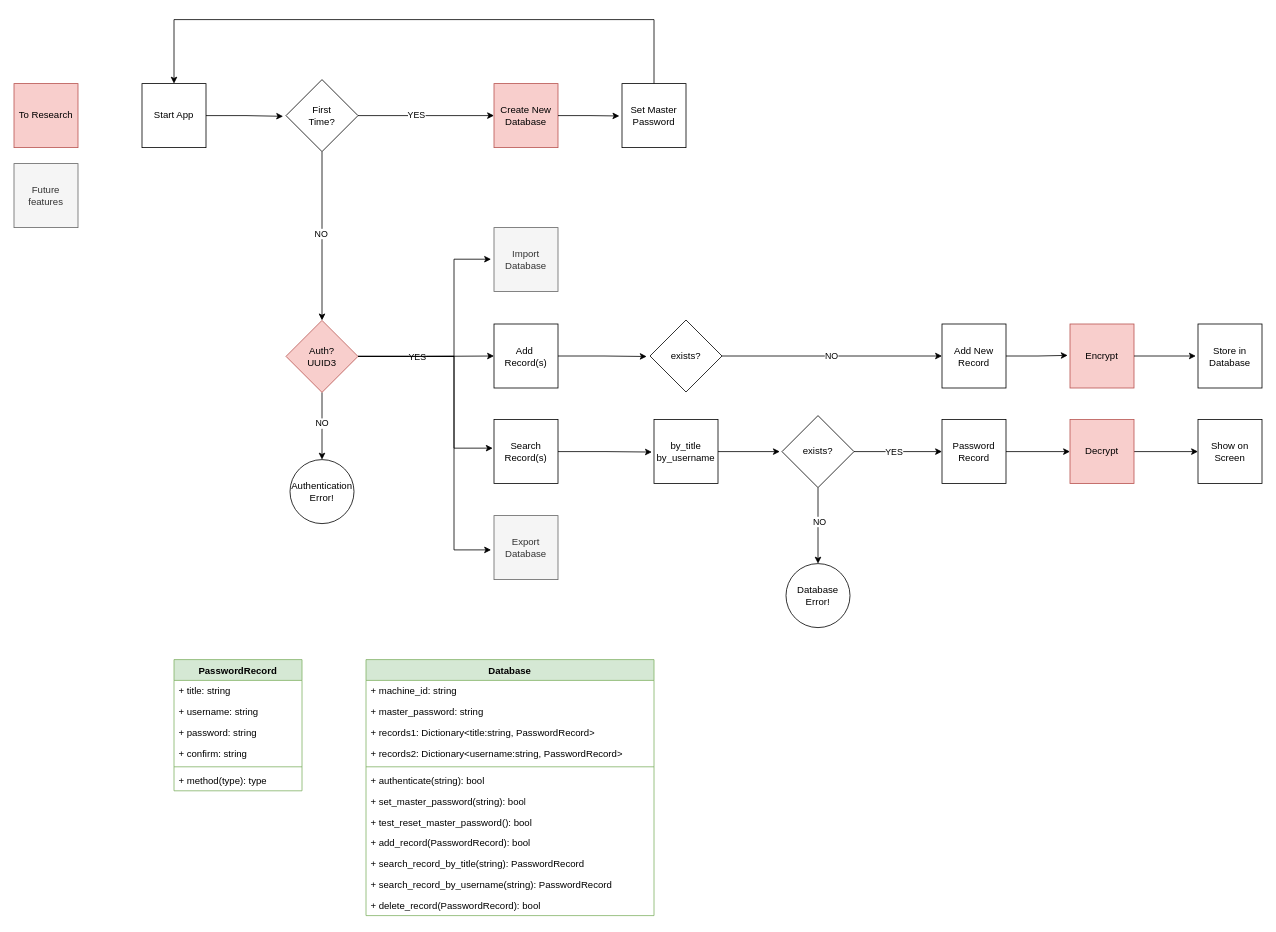
Earlier version of the draw.io diagram flowcharts/passwordManager-flowchart.drawio (lsvishaal/Password_Manager). Source tidied: cells renumbered, new cells numbered last; positions are measured from the earlier drawing's top-left corner, leaving out a move shared by most shapes. Both pictures are drawn from the tidied source at 80%, with x=0, y=0 at pixel (14, 19).
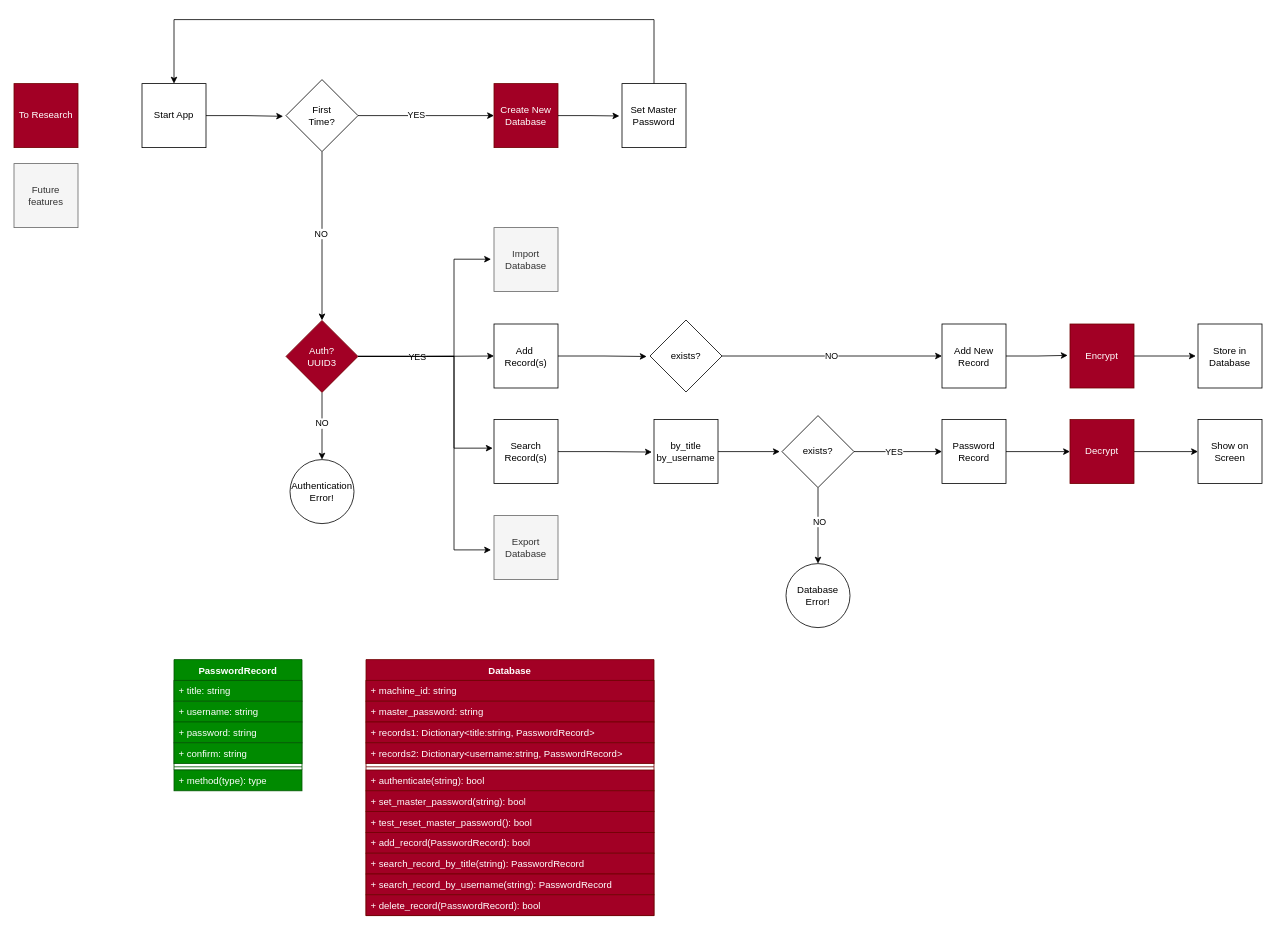
The same page after the edit.

Commit message (it also covers changes not shown here):
Add PasswordRecord and PasswordManager classes to manage password records

What changed in the source:
```diff
@@
-    <mxCell id="8" value="Create New&lt;br&gt;Database" style="whiteSpace=wrap;html=1;fillColor=#f8cecc;strokeColor=#b85450;" parent="1" vertex="1">
+    <mxCell id="8" value="Create New&lt;br&gt;Database" style="whiteSpace=wrap;html=1;fillColor=#a20025;strokeColor=#6F0000;fontColor=#ffffff;" parent="1" vertex="1">
       <mxGeometry x="600" y="80" width="80" height="80" as="geometry" />
     </mxCell>
@@
-    <mxCell id="18" value="Auth?&lt;br&gt;UUID3" style="rhombus;whiteSpace=wrap;html=1;fillColor=#f8cecc;strokeColor=#b85450;" parent="1" vertex="1">
+    <mxCell id="18" value="Auth?&lt;br&gt;UUID3" style="rhombus;whiteSpace=wrap;html=1;fillColor=#a20025;strokeColor=#6F0000;fontColor=#ffffff;" parent="1" vertex="1">
       <mxGeometry x="340" y="376" width="90" height="90" as="geometry" />
     </mxCell>
@@
-    <mxCell id="26" value="PasswordRecord" style="swimlane;fontStyle=1;align=center;verticalAlign=top;horizontal=1;startSize=26;whiteSpace=wrap;html=1;fillColor=#d5e8d4;strokeColor=#82b366;" parent="1" vertex="1">
-      <mxGeometry x="200" y="800" width="160" height="164" as="geometry" />
+    <mxCell id="26" value="PasswordRecord" style="swimlane;fontStyle=1;align=center;verticalAlign=top;horizontal=1;startSize=26;whiteSpace=wrap;html=1;fillColor=#008a00;fontColor=#ffffff;strokeColor=#005700;" parent="1" vertex="1">
+      <mxGeometry x="200" y="800" width="160" height="138" as="geometry" />
     </mxCell>
-    <mxCell id="27" value="+ title: string" style="text;strokeColor=none;fillColor=none;align=left;verticalAlign=top;spacingLeft=4;spacingRight=4;overflow=hidden;whiteSpace=wrap;html=1;" parent="26" vertex="1">
+    <mxCell id="27" value="+ title: string" style="text;align=left;verticalAlign=top;spacingLeft=4;spacingRight=4;overflow=hidden;whiteSpace=wrap;html=1;fillColor=#008a00;fontColor=#ffffff;strokeColor=#005700;" parent="26" vertex="1">
       <mxGeometry y="26" width="160" height="26" as="geometry" />
     </mxCell>
-    <mxCell id="28" value="+ username: string" style="text;strokeColor=none;fillColor=none;align=left;verticalAlign=top;spacingLeft=4;spacingRight=4;overflow=hidden;whiteSpace=wrap;html=1;" parent="26" vertex="1">
+    <mxCell id="28" value="+ username: string" style="text;align=left;verticalAlign=top;spacingLeft=4;spacingRight=4;overflow=hidden;whiteSpace=wrap;html=1;fillColor=#008a00;fontColor=#ffffff;strokeColor=#005700;" parent="26" vertex="1">
       <mxGeometry y="52" width="160" height="26" as="geometry" />
     </mxCell>
-    <mxCell id="29" value="+ password: string" style="text;strokeColor=none;fillColor=none;align=left;verticalAlign=top;spacingLeft=4;spacingRight=4;overflow=hidden;whiteSpace=wrap;html=1;" parent="26" vertex="1">
+    <mxCell id="29" value="+ password: string" style="text;align=left;verticalAlign=top;spacingLeft=4;spacingRight=4;overflow=hidden;whiteSpace=wrap;html=1;fillColor=#008a00;fontColor=#ffffff;strokeColor=#005700;" parent="26" vertex="1">
       <mxGeometry y="78" width="160" height="26" as="geometry" />
     </mxCell>
-    <mxCell id="30" value="+ confirm: string" style="text;strokeColor=none;fillColor=none;align=left;verticalAlign=top;spacingLeft=4;spacingRight=4;overflow=hidden;whiteSpace=wrap;html=1;" parent="26" vertex="1">
+    <mxCell id="30" value="+ confirm: string" style="text;align=left;verticalAlign=top;spacingLeft=4;spacingRight=4;overflow=hidden;whiteSpace=wrap;html=1;fillColor=#008a00;fontColor=#ffffff;strokeColor=#005700;" parent="26" vertex="1">
       <mxGeometry y="104" width="160" height="26" as="geometry" />
     </mxCell>
-    <mxCell id="31" style="line;strokeWidth=1;fillColor=none;align=left;verticalAlign=middle;spacingTop=-1;spacingLeft=3;spacingRight=3;labelPosition=right;strokeColor=inherit;" parent="26" vertex="1">
+    <mxCell id="31" style="line;strokeWidth=1;align=left;verticalAlign=middle;spacingTop=-1;spacingLeft=3;spacingRight=3;labelPosition=right;fillColor=#008a00;fontColor=#ffffff;strokeColor=#005700;" parent="26" vertex="1">
       <mxGeometry y="130" width="160" height="8" as="geometry" />
     </mxCell>
-    <mxCell id="32" value="+ method(type): type" style="text;strokeColor=none;fillColor=none;align=left;verticalAlign=top;spacingLeft=4;spacingRight=4;overflow=hidden;whiteSpace=wrap;html=1;" parent="26" vertex="1">
-      <mxGeometry y="138" width="160" height="26" as="geometry" />
-    </mxCell>
-    <mxCell id="33" value="Database" style="swimlane;fontStyle=1;align=center;verticalAlign=top;horizontal=1;startSize=26;whiteSpace=wrap;html=1;fillColor=#d5e8d4;strokeColor=#82b366;" parent="1" vertex="1">
+    <mxCell id="33" value="Database" style="swimlane;fontStyle=1;align=center;verticalAlign=top;horizontal=1;startSize=26;whiteSpace=wrap;html=1;fillColor=#a20025;strokeColor=#6F0000;fontColor=#ffffff;" parent="1" vertex="1">
       <mxGeometry x="440" y="800" width="360" height="320" as="geometry" />
     </mxCell>
-    <mxCell id="34" value="+ machine_id: string" style="text;strokeColor=none;fillColor=none;align=left;verticalAlign=top;spacingLeft=4;spacingRight=4;overflow=hidden;whiteSpace=wrap;html=1;" parent="33" vertex="1">
+    <mxCell id="34" value="+ machine_id: string" style="text;strokeColor=#6F0000;fillColor=#a20025;align=left;verticalAlign=top;spacingLeft=4;spacingRight=4;overflow=hidden;whiteSpace=wrap;html=1;fontColor=#ffffff;" parent="33" vertex="1">
       <mxGeometry y="26" width="360" height="26" as="geometry" />
     </mxCell>
-    <mxCell id="35" value="+ master_password: string" style="text;strokeColor=none;fillColor=none;align=left;verticalAlign=top;spacingLeft=4;spacingRight=4;overflow=hidden;whiteSpace=wrap;html=1;" parent="33" vertex="1">
+    <mxCell id="35" value="+ master_password: string" style="text;strokeColor=#6F0000;fillColor=#a20025;align=left;verticalAlign=top;spacingLeft=4;spacingRight=4;overflow=hidden;whiteSpace=wrap;html=1;fontColor=#ffffff;" parent="33" vertex="1">
       <mxGeometry y="52" width="360" height="26" as="geometry" />
     </mxCell>
-    <mxCell id="36" value="+ records1: Dictionary&amp;lt;title:string, PasswordRecord&amp;gt;" style="text;strokeColor=none;fillColor=none;align=left;verticalAlign=top;spacingLeft=4;spacingRight=4;overflow=hidden;whiteSpace=wrap;html=1;" parent="33" vertex="1">
+    <mxCell id="36" value="+ records1: Dictionary&amp;lt;title:string, PasswordRecord&amp;gt;" style="text;strokeColor=#6F0000;fillColor=#a20025;align=left;verticalAlign=top;spacingLeft=4;spacingRight=4;overflow=hidden;whiteSpace=wrap;html=1;fontColor=#ffffff;" parent="33" vertex="1">
       <mxGeometry y="78" width="360" height="26" as="geometry" />
     </mxCell>
-    <mxCell id="37" value="+ records2: Dictionary&amp;lt;username:string, PasswordRecord&amp;gt;" style="text;strokeColor=none;fillColor=none;align=left;verticalAlign=top;spacingLeft=4;spacingRight=4;overflow=hidden;whiteSpace=wrap;html=1;" parent="33" vertex="1">
+    <mxCell id="37" value="+ records2: Dictionary&amp;lt;username:string, PasswordRecord&amp;gt;" style="text;strokeColor=#6F0000;fillColor=#a20025;align=left;verticalAlign=top;spacingLeft=4;spacingRight=4;overflow=hidden;whiteSpace=wrap;html=1;fontColor=#ffffff;" parent="33" vertex="1">
       <mxGeometry y="104" width="360" height="26" as="geometry" />
     </mxCell>
-    <mxCell id="38" style="line;strokeWidth=1;fillColor=none;align=left;verticalAlign=middle;spacingTop=-1;spacingLeft=3;spacingRight=3;labelPosition=right;strokeColor=inherit;" parent="33" vertex="1">
+    <mxCell id="38" style="line;strokeWidth=1;fillColor=#a20025;align=left;verticalAlign=middle;spacingTop=-1;spacingLeft=3;spacingRight=3;labelPosition=right;strokeColor=#6F0000;fontColor=#ffffff;" parent="33" vertex="1">
       <mxGeometry y="130" width="360" height="8" as="geometry" />
     </mxCell>
-    <mxCell id="39" value="+ authenticate(string): bool" style="text;strokeColor=none;fillColor=none;align=left;verticalAlign=top;spacingLeft=4;spacingRight=4;overflow=hidden;whiteSpace=wrap;html=1;" parent="33" vertex="1">
+    <mxCell id="39" value="+ authenticate(string): bool" style="text;strokeColor=#6F0000;fillColor=#a20025;align=left;verticalAlign=top;spacingLeft=4;spacingRight=4;overflow=hidden;whiteSpace=wrap;html=1;fontColor=#ffffff;" parent="33" vertex="1">
       <mxGeometry y="138" width="360" height="26" as="geometry" />
     </mxCell>
-    <mxCell id="40" value="+ set_master_password(string): bool" style="text;strokeColor=none;fillColor=none;align=left;verticalAlign=top;spacingLeft=4;spacingRight=4;overflow=hidden;whiteSpace=wrap;html=1;" parent="33" vertex="1">
+    <mxCell id="40" value="+ set_master_password(string): bool" style="text;strokeColor=#6F0000;fillColor=#a20025;align=left;verticalAlign=top;spacingLeft=4;spacingRight=4;overflow=hidden;whiteSpace=wrap;html=1;fontColor=#ffffff;" parent="33" vertex="1">
       <mxGeometry y="164" width="360" height="26" as="geometry" />
     </mxCell>
-    <mxCell id="41" value="+ test_reset_master_password(): bool" style="text;strokeColor=none;fillColor=none;align=left;verticalAlign=top;spacingLeft=4;spacingRight=4;overflow=hidden;whiteSpace=wrap;html=1;" parent="33" vertex="1">
+    <mxCell id="41" value="+ test_reset_master_password(): bool" style="text;strokeColor=#6F0000;fillColor=#a20025;align=left;verticalAlign=top;spacingLeft=4;spacingRight=4;overflow=hidden;whiteSpace=wrap;html=1;fontColor=#ffffff;" parent="33" vertex="1">
       <mxGeometry y="190" width="360" height="26" as="geometry" />
     </mxCell>
-    <mxCell id="42" value="+ add_record(PasswordRecord): bool" style="text;strokeColor=none;fillColor=none;align=left;verticalAlign=top;spacingLeft=4;spacingRight=4;overflow=hidden;whiteSpace=wrap;html=1;" parent="33" vertex="1">
+    <mxCell id="42" value="+ add_record(PasswordRecord): bool" style="text;strokeColor=#6F0000;fillColor=#a20025;align=left;verticalAlign=top;spacingLeft=4;spacingRight=4;overflow=hidden;whiteSpace=wrap;html=1;fontColor=#ffffff;" parent="33" vertex="1">
       <mxGeometry y="216" width="360" height="26" as="geometry" />
     </mxCell>
-    <mxCell id="43" value="+ search_record_by_title(string): PasswordRecord" style="text;strokeColor=none;fillColor=none;align=left;verticalAlign=top;spacingLeft=4;spacingRight=4;overflow=hidden;whiteSpace=wrap;html=1;" parent="33" vertex="1">
+    <mxCell id="43" value="+ search_record_by_title(string): PasswordRecord" style="text;strokeColor=#6F0000;fillColor=#a20025;align=left;verticalAlign=top;spacingLeft=4;spacingRight=4;overflow=hidden;whiteSpace=wrap;html=1;fontColor=#ffffff;" parent="33" vertex="1">
       <mxGeometry y="242" width="360" height="26" as="geometry" />
     </mxCell>
-    <mxCell id="44" value="+ search_record_by_username(string): PasswordRecord" style="text;strokeColor=none;fillColor=none;align=left;verticalAlign=top;spacingLeft=4;spacingRight=4;overflow=hidden;whiteSpace=wrap;html=1;" parent="33" vertex="1">
+    <mxCell id="44" value="+ search_record_by_username(string): PasswordRecord" style="text;strokeColor=#6F0000;fillColor=#a20025;align=left;verticalAlign=top;spacingLeft=4;spacingRight=4;overflow=hidden;whiteSpace=wrap;html=1;fontColor=#ffffff;" parent="33" vertex="1">
       <mxGeometry y="268" width="360" height="26" as="geometry" />
     </mxCell>
-    <mxCell id="45" value="+ delete_record(PasswordRecord): bool" style="text;strokeColor=none;fillColor=none;align=left;verticalAlign=top;spacingLeft=4;spacingRight=4;overflow=hidden;whiteSpace=wrap;html=1;" parent="33" vertex="1">
+    <mxCell id="45" value="+ delete_record(PasswordRecord): bool" style="text;strokeColor=#6F0000;fillColor=#a20025;align=left;verticalAlign=top;spacingLeft=4;spacingRight=4;overflow=hidden;whiteSpace=wrap;html=1;fontColor=#ffffff;" parent="33" vertex="1">
       <mxGeometry y="294" width="360" height="26" as="geometry" />
     </mxCell>
@@
-    <mxCell id="62" value="Encrypt" style="whiteSpace=wrap;html=1;fillColor=#f8cecc;strokeColor=#b85450;" parent="1" vertex="1">
+    <mxCell id="62" value="Encrypt" style="whiteSpace=wrap;html=1;fillColor=#a20025;strokeColor=#6F0000;fontColor=#ffffff;" parent="1" vertex="1">
       <mxGeometry x="1320" y="380.5" width="80" height="80" as="geometry" />
     </mxCell>
@@
-    <mxCell id="67" value="Decrypt" style="whiteSpace=wrap;html=1;fillColor=#f8cecc;strokeColor=#b85450;" parent="1" vertex="1">
+    <mxCell id="67" value="Decrypt" style="whiteSpace=wrap;html=1;fillColor=#a20025;strokeColor=#6F0000;fontColor=#ffffff;" parent="1" vertex="1">
       <mxGeometry x="1320" y="500" width="80" height="80" as="geometry" />
     </mxCell>
@@
-    <mxCell id="69" value="To Research" style="whiteSpace=wrap;html=1;fillColor=#f8cecc;strokeColor=#b85450;" parent="1" vertex="1">
+    <mxCell id="69" value="To Research" style="whiteSpace=wrap;html=1;fillColor=#a20025;strokeColor=#6F0000;fontColor=#ffffff;" parent="1" vertex="1">
       <mxGeometry y="80" width="80" height="80" as="geometry" />
     </mxCell>
@@
+    <mxCell id="32" value="+ method(type): type" style="text;align=left;verticalAlign=top;spacingLeft=4;spacingRight=4;overflow=hidden;whiteSpace=wrap;html=1;fillColor=#008a00;fontColor=#ffffff;strokeColor=#005700;" parent="1" vertex="1">
+      <mxGeometry x="200" y="938" width="160" height="26" as="geometry" />
+    </mxCell>
```
